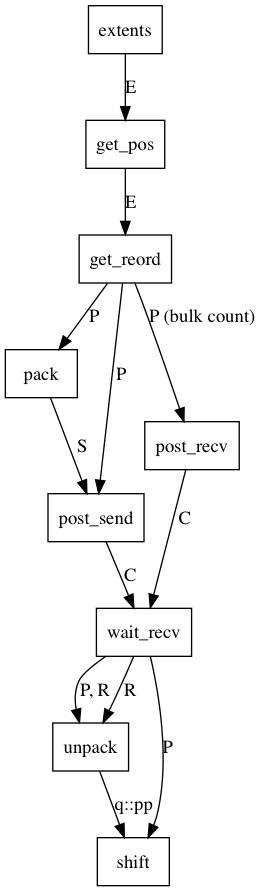
uDeviceX/uDeviceX keeps this Graphviz diagram as doc/rdstr/graphviz/deps.png. Above is the earlier version. Its source is kept beside it as doc/rdstr/graphviz/deps.gv.
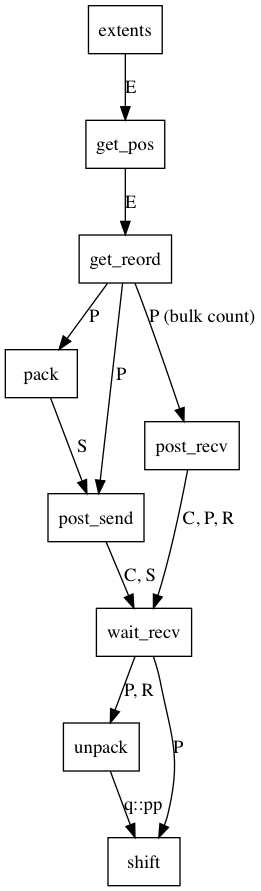
The same diagram one commit later.

Change to the diagram source:
```diff
@@ -6,9 +6,8 @@
 		get_reord->post_recv [label="P (bulk count)"];
 		pack->post_send [label="S"];
 		get_reord->post_send [label="P"];
-		post_send->wait_recv [label="C"];
-		post_recv->wait_recv [label="C"];
-		wait_recv->unpack [label="R"];
+		post_send->wait_recv [label="C, S"];
+		post_recv->wait_recv [label="C, P, R"];
 		wait_recv->unpack [label="P, R"];
 		unpack->shift [label="q::pp"];
 		wait_recv->shift [label="P"];
```
